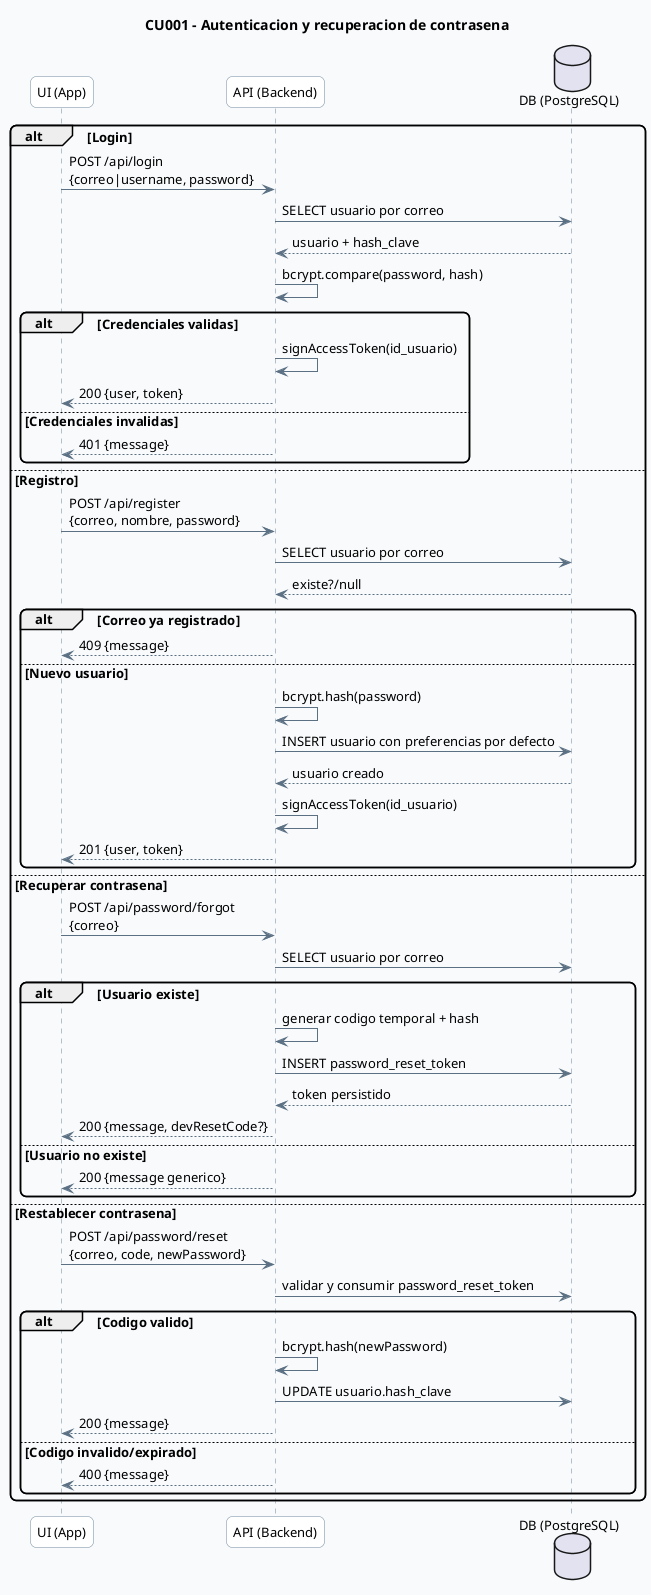
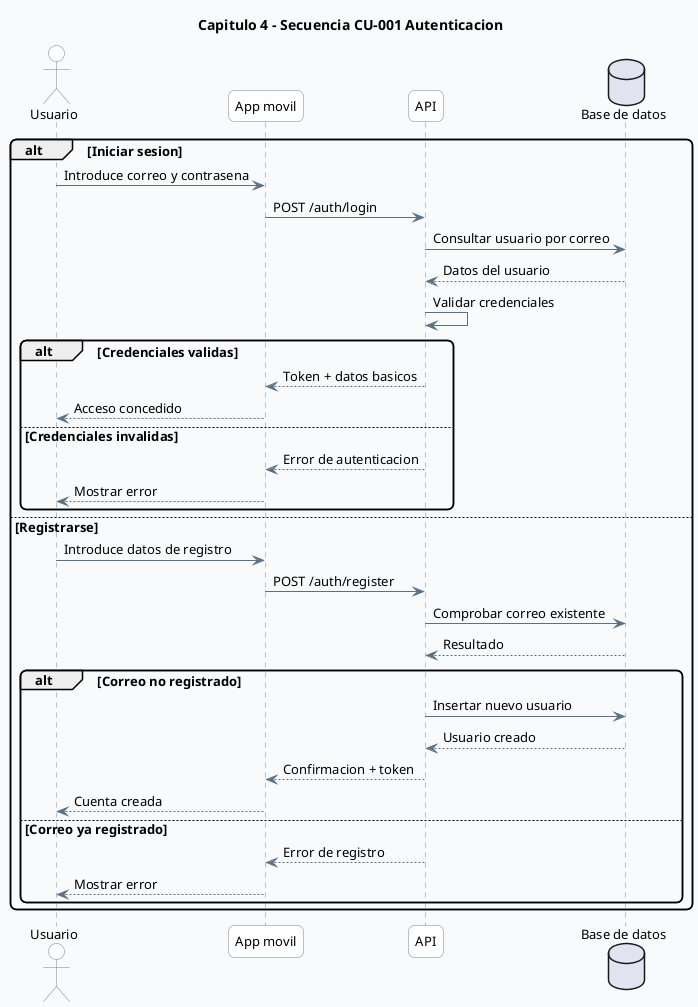
﻿@startuml
- ' CAP4 - 03 Secuencia CU001 Autenticacion
+ ' CAP4 - 03 Secuencia CU-001 Login / Registro

skinparam backgroundColor #F8FAFC
skinparam shadowing false
skinparam roundcorner 12
skinparam defaultFontName Segoe UI
skinparam defaultFontSize 13
skinparam ArrowColor #5B7083
skinparam ArrowThickness 1
- skinparam sequence {
-   LifeLineBorderColor #6E879D
-   LifeLineBackgroundColor #FFFFFF
-   ParticipantBorderColor #6E879D
-   ParticipantBackgroundColor #FFFFFF
-   ActorBorderColor #6E879D
-   ActorBackgroundColor #FFFFFF
- }
+ skinparam sequenceLifeLineBorderColor #6E879D
+ skinparam sequenceLifeLineBackgroundColor #FFFFFF
+ skinparam participantBorderColor #6E879D
+ skinparam participantBackgroundColor #FFFFFF
+ skinparam actorBorderColor #6E879D
+ skinparam actorBackgroundColor #FFFFFF
skinparam noteBackgroundColor #FFF9E6
skinparam noteBorderColor #D7C58A

- title CU001 - Autenticacion y recuperacion de contrasena
+ title Capitulo 4 - Secuencia CU-001 Autenticacion

- participant "UI (App)" as UI
- participant "API (Backend)" as API
- database "DB (PostgreSQL)" as DB
+ actor Usuario
+ participant "App movil" as App
+ participant "API" as API
+ database "Base de datos" as DB

- alt Login
-   UI -> API: POST /api/login\n{correo|username, password}
-   API -> DB: SELECT usuario por correo
-   DB --> API: usuario + hash_clave
-   API -> API: bcrypt.compare(password, hash)
-   alt Credenciales validas
-     API -> API: signAccessToken(id_usuario)
-     API --> UI: 200 {user, token}
-   else Credenciales invalidas
-     API --> UI: 401 {message}
-   end
+ alt Iniciar sesion
+     Usuario -> App : Introduce correo y contrasena
+     App -> API : POST /auth/login
+     API -> DB : Consultar usuario por correo
+     DB --> API : Datos del usuario
+     API -> API : Validar credenciales
+     alt Credenciales validas
+         API --> App : Token + datos basicos
+         App --> Usuario : Acceso concedido
+     else Credenciales invalidas
+         API --> App : Error de autenticacion
+         App --> Usuario : Mostrar error
+     end
+ else Registrarse
+     Usuario -> App : Introduce datos de registro
+     App -> API : POST /auth/register
+     API -> DB : Comprobar correo existente
+     DB --> API : Resultado
+     alt Correo no registrado
+         API -> DB : Insertar nuevo usuario
+         DB --> API : Usuario creado
+         API --> App : Confirmacion + token
+         App --> Usuario : Cuenta creada
+     else Correo ya registrado
+         API --> App : Error de registro
+         App --> Usuario : Mostrar error
+     end
+ end

- else Registro
-   UI -> API: POST /api/register\n{correo, nombre, password}
-   API -> DB: SELECT usuario por correo
-   DB --> API: existe?/null
-   alt Correo ya registrado
-     API --> UI: 409 {message}
-   else Nuevo usuario
-     API -> API: bcrypt.hash(password)
-     API -> DB: INSERT usuario con preferencias por defecto
-     DB --> API: usuario creado
-     API -> API: signAccessToken(id_usuario)
-     API --> UI: 201 {user, token}
-   end
- 
- else Recuperar contrasena
-   UI -> API: POST /api/password/forgot\n{correo}
-   API -> DB: SELECT usuario por correo
-   alt Usuario existe
-     API -> API: generar codigo temporal + hash
-     API -> DB: INSERT password_reset_token
-     DB --> API: token persistido
-     API --> UI: 200 {message, devResetCode?}
-   else Usuario no existe
-     API --> UI: 200 {message generico}
-   end
- 
- else Restablecer contrasena
-   UI -> API: POST /api/password/reset\n{correo, code, newPassword}
-   API -> DB: validar y consumir password_reset_token
-   alt Codigo valido
-     API -> API: bcrypt.hash(newPassword)
-     API -> DB: UPDATE usuario.hash_clave
-     API --> UI: 200 {message}
-   else Codigo invalido/expirado
-     API --> UI: 400 {message}
-   end
- end
- /'
- note right of API
- Basado en authController.ts + authService.ts +
- password_reset_token.
- end note
- '/
- @enduml
+ @enduml